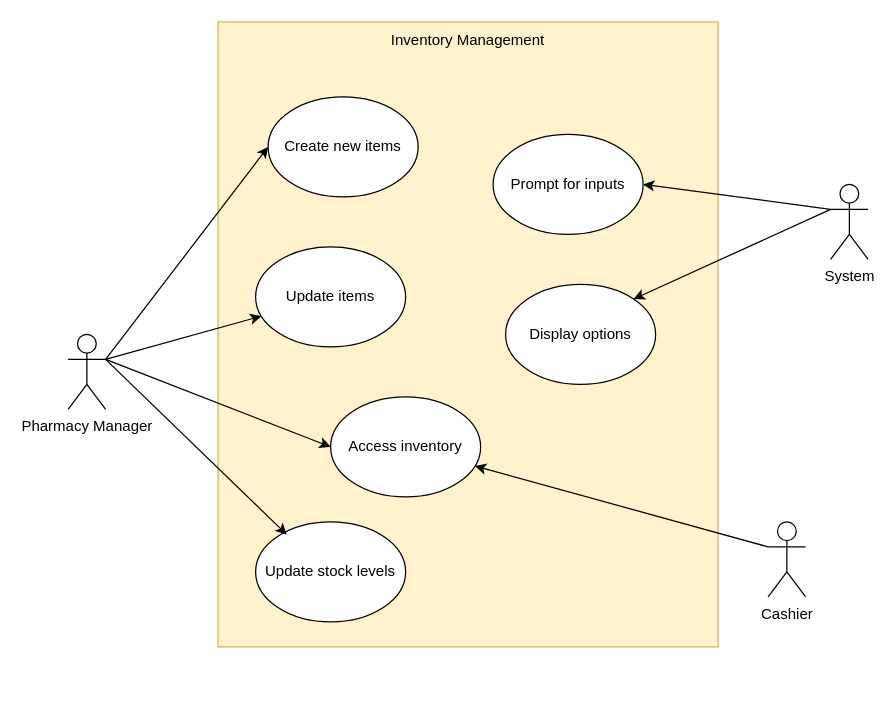
Before: InventoryManagementUsercase.drawio in Life-Pill/Life-Pill, a draw.io diagram. Source tidied: cells renumbered, new cells numbered last; positions are measured from the earlier drawing's top-left corner, leaving out a move shared by most shapes. Both pictures are drawn from the tidied source at 125%, with x=0, y=0 at pixel (68, 21).
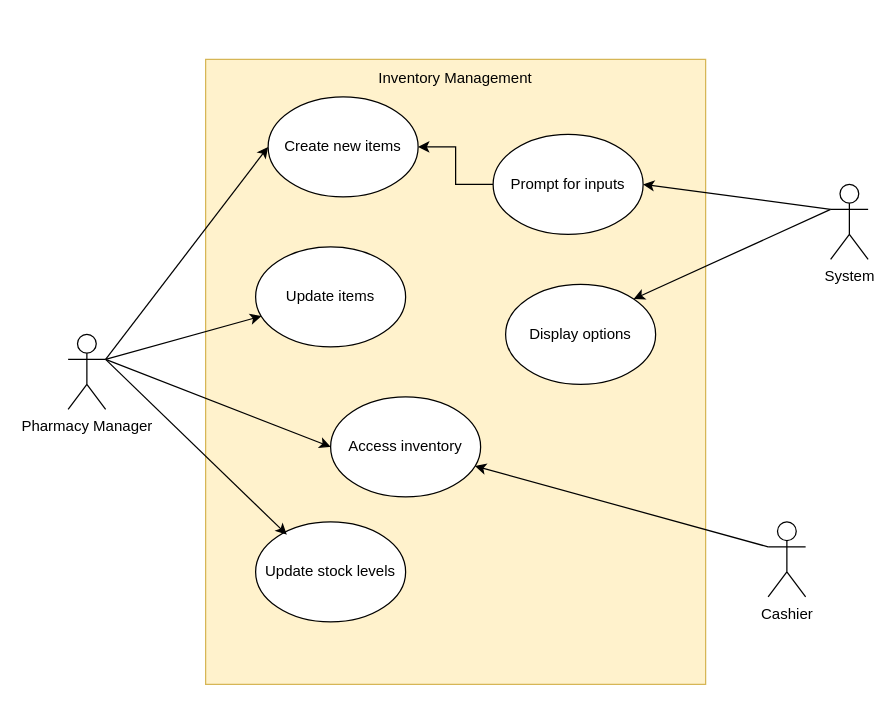
The same diagram, later.

Unchanged cells that the change refers to:
```xml
<mxCell id="10" value="Create new items" style="ellipse;whiteSpace=wrap;html=1;" parent="1" vertex="1">
  <mxGeometry x="160" y="60" width="120" height="80" as="geometry" />
</mxCell>
<mxCell id="13" value="Prompt for inputs" style="ellipse;whiteSpace=wrap;html=1;" parent="1" vertex="1">
  <mxGeometry x="340" y="90" width="120" height="80" as="geometry" />
</mxCell>
```

Change to the diagram source:
```diff
@@
     <mxCell id="2" style="rounded=0;whiteSpace=wrap;html=1;fillColor=#fff2cc;strokeColor=#d6b656;" parent="1" vertex="1">
-      <mxGeometry x="120" width="400" height="500" as="geometry" />
+      <mxGeometry x="110" y="30" width="400" height="500" as="geometry" />
     </mxCell>
@@
+    <mxCell id="20" style="edgeStyle=orthogonalEdgeStyle;rounded=0;jettySize=auto;html=1;" parent="1" edge="1" source="13" target="10">
+      <mxGeometry relative="1" as="geometry" />
+    </mxCell>
@@
     <mxCell id="19" value="Inventory Management" style="text;html=1;align=center;verticalAlign=middle;whiteSpace=wrap;rounded=0;" parent="1" vertex="1">
-      <mxGeometry x="255" width="130" height="30" as="geometry" />
+      <mxGeometry x="245" y="30" width="130" height="30" as="geometry" />
     </mxCell>
```
